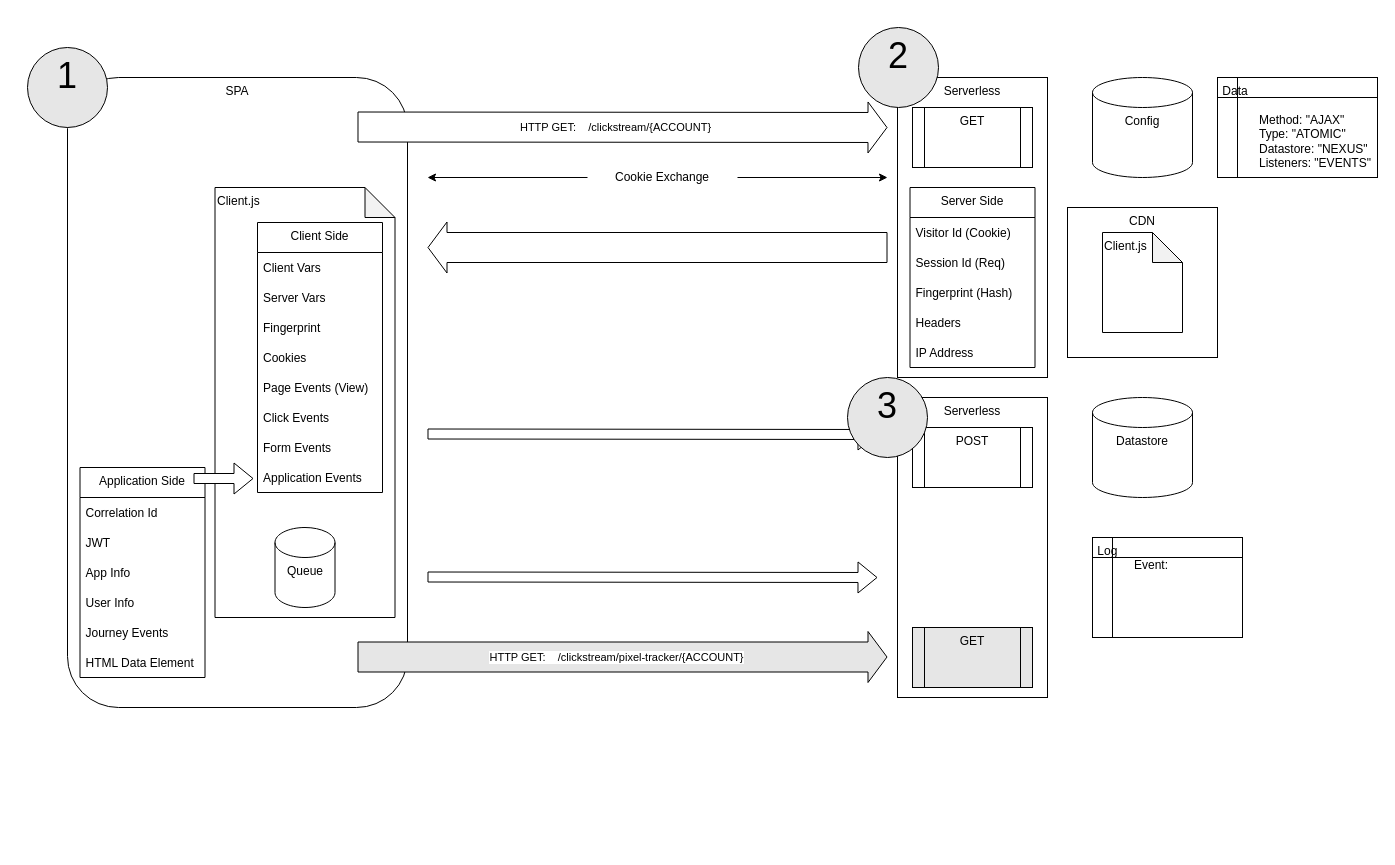
Earlier version of the draw.io diagram Clickstream.drawio (hikumealan/draw-io-diagrams). Source tidied: cells renumbered, new cells numbered last; positions are measured from the earlier drawing's top-left corner, leaving out a move shared by most shapes. Both pictures are drawn from the tidied source at 100%, with x=0, y=0 at pixel (27, 27).
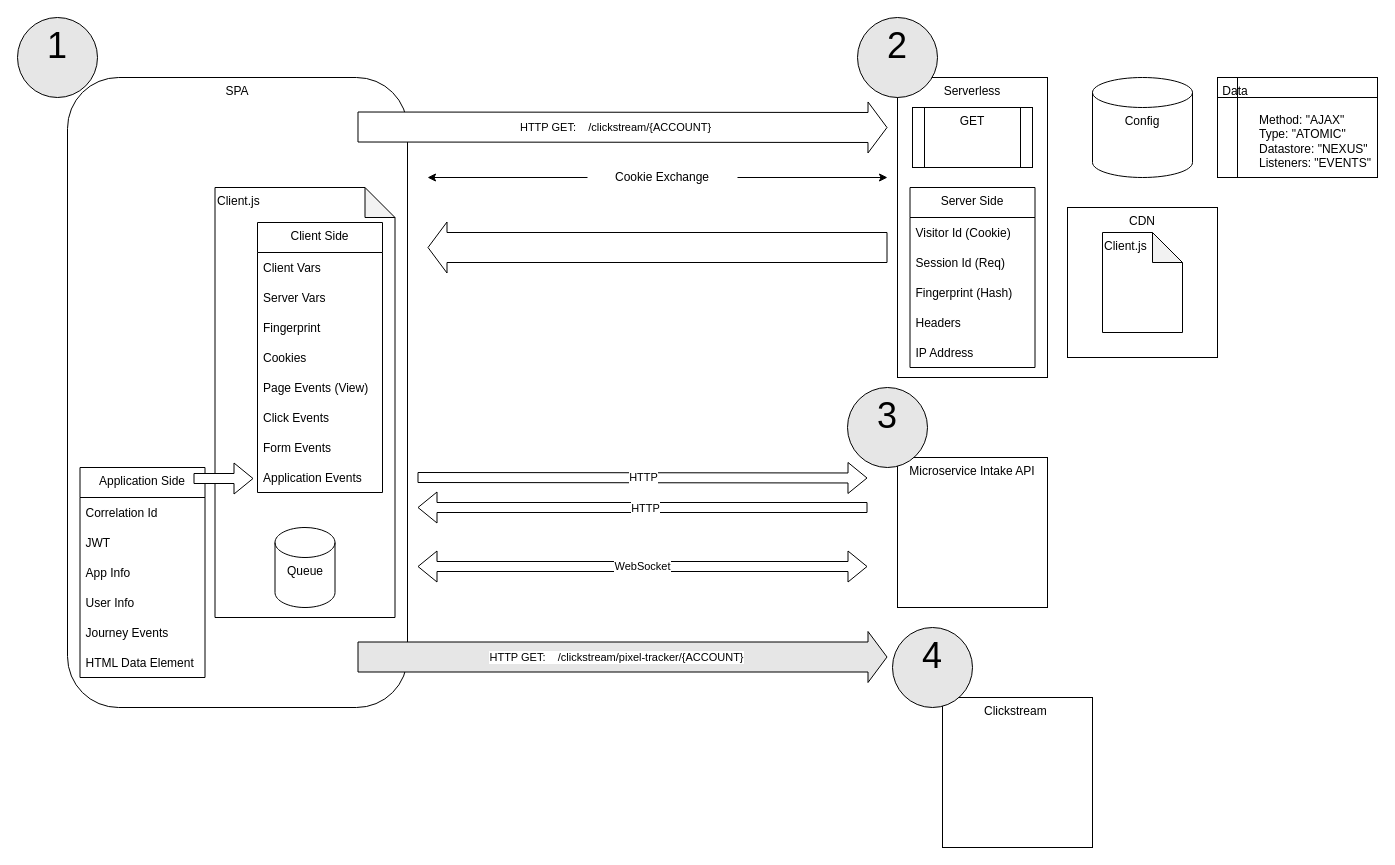
Above is the later version.

What changed in the source:
```diff
@@
-    <mxCell id="13" value="Serverless" style="rounded=0;whiteSpace=wrap;html=1;verticalAlign=top;" parent="1" vertex="1">
-      <mxGeometry x="870" y="370" width="150" height="300" as="geometry" />
+    <mxCell id="13" value="Microservice Intake API" style="rounded=0;whiteSpace=wrap;html=1;verticalAlign=top;" parent="1" vertex="1">
+      <mxGeometry x="870" y="430" width="150" height="150" as="geometry" />
     </mxCell>
-    <mxCell id="14" value="POST" style="shape=process;whiteSpace=wrap;html=1;backgroundOutline=1;verticalAlign=top;" parent="1" vertex="1">
-      <mxGeometry x="885" y="400" width="120" height="60" as="geometry" />
-    </mxCell>
-    <mxCell id="15" value="Datastore" style="shape=cylinder3;whiteSpace=wrap;html=1;boundedLbl=1;backgroundOutline=1;size=15;verticalAlign=top;" parent="1" vertex="1">
-      <mxGeometry x="1065" y="370" width="100" height="100" as="geometry" />
-    </mxCell>
@@
     <mxCell id="40" style="shape=flexArrow;endArrow=classic;html=1;fillColor=default;" parent="1" edge="1">
       <mxGeometry relative="1" as="geometry">
-        <mxPoint x="400" y="406.5" as="sourcePoint" />
-        <mxPoint x="850" y="407" as="targetPoint" />
+        <mxPoint x="390" y="450" as="sourcePoint" />
+        <mxPoint x="840" y="450.5" as="targetPoint" />
       </mxGeometry>
     </mxCell>
-    <mxCell id="41" style="shape=flexArrow;endArrow=classic;html=1;fillColor=default;" parent="1" edge="1">
-      <mxGeometry relative="1" as="geometry">
-        <mxPoint x="400" y="549.5" as="sourcePoint" />
-        <mxPoint x="850" y="550" as="targetPoint" />
-      </mxGeometry>
-    </mxCell>
+    <mxCell id="52" value="HTTP" style="edgeLabel;html=1;align=center;verticalAlign=middle;" parent="40" vertex="1">
+      <mxGeometry y="1" relative="1" as="geometry" />
+    </mxCell>
@@
-    <mxCell id="47" value="&lt;span style=&quot;white-space: pre&quot;&gt; &lt;/span&gt;Log&lt;br&gt;&lt;blockquote style=&quot;margin: 0 0 0 40px ; border: none ; padding: 0px&quot;&gt;Event:&lt;/blockquote&gt;" style="shape=internalStorage;whiteSpace=wrap;html=1;backgroundOutline=1;verticalAlign=top;align=left;" parent="1" vertex="1">
-      <mxGeometry x="1065" y="510" width="150" height="100" as="geometry" />
-    </mxCell>
-    <mxCell id="48" value="GET" style="shape=process;whiteSpace=wrap;html=1;backgroundOutline=1;verticalAlign=top;fillColor=#E6E6E6;" parent="1" vertex="1">
-      <mxGeometry x="885" y="600" width="120" height="60" as="geometry" />
-    </mxCell>
     <mxCell id="49" value="1" style="ellipse;whiteSpace=wrap;html=1;fillColor=#E6E6E6;verticalAlign=top;fontSize=36;align=center;" parent="1" vertex="1">
-      <mxGeometry y="20" width="80" height="80" as="geometry" />
+      <mxGeometry x="-10" y="-10" width="80" height="80" as="geometry" />
     </mxCell>
     <mxCell id="50" value="2" style="ellipse;whiteSpace=wrap;html=1;fillColor=#E6E6E6;verticalAlign=top;fontSize=36;" parent="1" vertex="1">
-      <mxGeometry x="831" width="80" height="80" as="geometry" />
+      <mxGeometry x="830" y="-10" width="80" height="80" as="geometry" />
     </mxCell>
     <mxCell id="51" value="3" style="ellipse;whiteSpace=wrap;html=1;fillColor=#E6E6E6;verticalAlign=top;fontSize=36;" parent="1" vertex="1">
-      <mxGeometry x="820" y="350" width="80" height="80" as="geometry" />
+      <mxGeometry x="820" y="360" width="80" height="80" as="geometry" />
     </mxCell>
+    <mxCell id="53" value="WebSocket" style="shape=flexArrow;endArrow=classic;startArrow=classic;html=1;rounded=0;" parent="1" edge="1">
+      <mxGeometry relative="1" as="geometry">
+        <mxPoint x="390" y="539" as="sourcePoint" />
+        <mxPoint x="840" y="539" as="targetPoint" />
+      </mxGeometry>
+    </mxCell>
+    <mxCell id="54" style="shape=flexArrow;endArrow=classic;html=1;rounded=0;" parent="1" edge="1">
+      <mxGeometry relative="1" as="geometry">
+        <mxPoint x="840" y="480" as="sourcePoint" />
+        <mxPoint x="390" y="480" as="targetPoint" />
+      </mxGeometry>
+    </mxCell>
+    <mxCell id="55" value="HTTP" style="edgeLabel;html=1;align=center;verticalAlign=middle;" parent="54" vertex="1">
+      <mxGeometry x="-0.01" relative="1" as="geometry" />
+    </mxCell>
+    <mxCell id="56" value="Clickstream&amp;nbsp;" style="rounded=0;whiteSpace=wrap;html=1;verticalAlign=top;" parent="1" vertex="1">
+      <mxGeometry x="915" y="670" width="150" height="150" as="geometry" />
+    </mxCell>
+    <mxCell id="57" value="4" style="ellipse;whiteSpace=wrap;html=1;fillColor=#E6E6E6;verticalAlign=top;fontSize=36;" parent="1" vertex="1">
+      <mxGeometry x="865" y="600" width="80" height="80" as="geometry" />
+    </mxCell>
```
